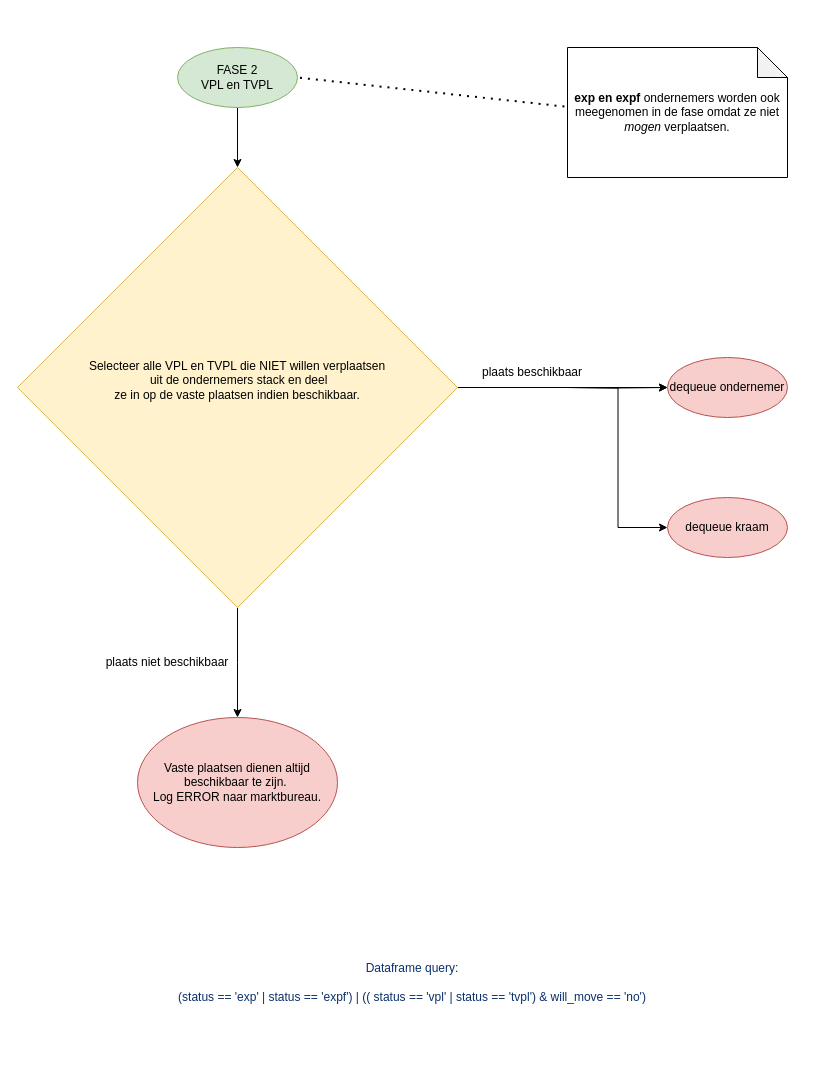
The draw.io diagram diagrams/fase-2.drawio in Amsterdam/makkelijkemarkt-allocation, before the edit. Source tidied: cells renumbered, new cells numbered last; positions are measured from the earlier drawing's top-left corner, leaving out a move shared by most shapes. Both pictures are drawn from the tidied source at 100%, with x=0, y=0 at pixel (17, 47).
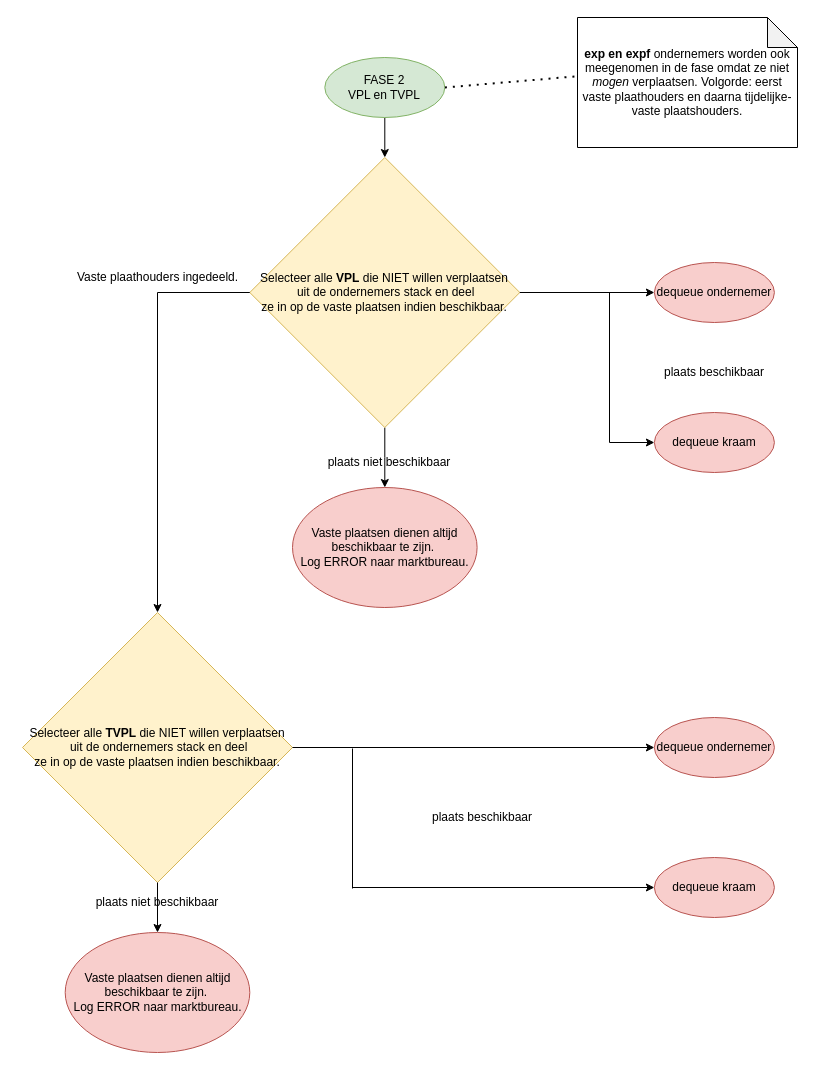
After the change.

Commit message (it also covers changes not shown here):
computational reuse

The edit, as a diff of the source:
```diff
@@
     <mxCell id="3" value="FASE 2&lt;br&gt;VPL en TVPL" style="ellipse;whiteSpace=wrap;html=1;fillColor=#d5e8d4;strokeColor=#82b366;" parent="1" vertex="1">
-      <mxGeometry x="160" width="120" height="60" as="geometry" />
+      <mxGeometry x="307.3" y="10" width="120" height="60" as="geometry" />
     </mxCell>
     <mxCell id="4" style="edgeStyle=orthogonalEdgeStyle;rounded=0;jettySize=auto;html=1;" parent="1" edge="1" source="6">
       <mxGeometry relative="1" as="geometry">
-        <mxPoint x="220" y="670" as="targetPoint" />
+        <mxPoint x="367.3" y="440" as="targetPoint" />
       </mxGeometry>
     </mxCell>
@@
-    <mxCell id="6" value="Selecteer alle VPL en TVPL die NIET willen verplaatsen&lt;br&gt;&amp;nbsp;uit de ondernemers stack en deel&lt;br&gt;ze in op de vaste plaatsen indien beschikbaar.&lt;br&gt;&lt;br&gt;" style="rhombus;whiteSpace=wrap;html=1;fillColor=#fff2cc;strokeColor=#d6b656;" parent="1" vertex="1">
-      <mxGeometry y="120" width="440" height="440" as="geometry" />
+    <mxCell id="6" value="Selecteer alle &lt;b&gt;VPL&lt;/b&gt; die NIET willen verplaatsen&lt;br&gt;&amp;nbsp;uit de ondernemers stack en deel&lt;br&gt;ze in op de vaste plaatsen indien beschikbaar." style="rhombus;whiteSpace=wrap;html=1;fillColor=#fff2cc;strokeColor=#d6b656;" parent="1" vertex="1">
+      <mxGeometry x="232.3" y="110" width="270" height="270" as="geometry" />
     </mxCell>
     <mxCell id="7" value="Vaste plaatsen dienen altijd beschikbaar te zijn.&amp;nbsp;&lt;br&gt;Log ERROR naar marktbureau." style="ellipse;whiteSpace=wrap;html=1;fillColor=#f8cecc;strokeColor=#b85450;" parent="1" vertex="1">
-      <mxGeometry x="120" y="670" width="200" height="130" as="geometry" />
+      <mxGeometry x="275" y="440" width="184.6" height="120" as="geometry" />
     </mxCell>
-    <mxCell id="8" style="edgeStyle=orthogonalEdgeStyle;rounded=0;jettySize=auto;html=1;entryX=0;entryY=0.5;entryDx=0;entryDy=0;" parent="1" edge="1" target="10">
+    <mxCell id="8" style="edgeStyle=orthogonalEdgeStyle;rounded=0;jettySize=auto;html=1;entryX=0;entryY=0.5;entryDx=0;entryDy=0;exitX=1;exitY=0.5;exitDx=0;exitDy=0;" parent="1" edge="1" source="6" target="10">
       <mxGeometry relative="1" as="geometry">
-        <mxPoint x="550" y="340" as="sourcePoint" />
+        <Array as="points">
+          <mxPoint x="592" y="245" />
+          <mxPoint x="592" y="395" />
+        </Array>
       </mxGeometry>
     </mxCell>
-    <mxCell id="9" style="edgeStyle=orthogonalEdgeStyle;rounded=0;jettySize=auto;html=1;" parent="1" edge="1" target="11">
-      <mxGeometry relative="1" as="geometry">
-        <mxPoint x="550" y="340" as="sourcePoint" />
-      </mxGeometry>
-    </mxCell>
     <mxCell id="10" value="dequeue kraam" style="ellipse;whiteSpace=wrap;html=1;fillColor=#f8cecc;strokeColor=#b85450;" parent="1" vertex="1">
-      <mxGeometry x="650" y="450" width="120" height="60" as="geometry" />
+      <mxGeometry x="636.9" y="365" width="120" height="60" as="geometry" />
     </mxCell>
     <mxCell id="11" value="dequeue ondernemer" style="ellipse;whiteSpace=wrap;html=1;fillColor=#f8cecc;strokeColor=#b85450;" parent="1" vertex="1">
-      <mxGeometry x="650" y="310" width="120" height="60" as="geometry" />
+      <mxGeometry x="636.9" y="215" width="120" height="60" as="geometry" />
     </mxCell>
-    <mxCell id="12" value="&lt;b&gt;exp en expf &lt;/b&gt;ondernemers worden ook meegenomen in de fase omdat ze niet &lt;i&gt;mogen&lt;/i&gt; verplaatsen." style="shape=note;whiteSpace=wrap;html=1;backgroundOutline=1;darkOpacity=0.05;" parent="1" vertex="1">
-      <mxGeometry x="550" width="220" height="130" as="geometry" />
+    <mxCell id="12" value="&lt;b&gt;exp en expf &lt;/b&gt;ondernemers worden ook meegenomen in de fase omdat ze niet &lt;i&gt;mogen&lt;/i&gt; verplaatsen. Volgorde: eerst vaste plaathouders en daarna tijdelijke-vaste plaatshouders." style="shape=note;whiteSpace=wrap;html=1;backgroundOutline=1;darkOpacity=0.05;" parent="1" vertex="1">
+      <mxGeometry x="560" y="-30" width="220" height="130" as="geometry" />
     </mxCell>
     <mxCell id="13" value="plaats beschikbaar" style="text;html=1;strokeColor=none;fillColor=none;align=center;verticalAlign=middle;whiteSpace=wrap;rounded=0;" parent="1" vertex="1">
-      <mxGeometry x="450" y="310" width="130" height="30" as="geometry" />
+      <mxGeometry x="631.9" y="310" width="130" height="30" as="geometry" />
     </mxCell>
     <mxCell id="14" value="plaats niet beschikbaar" style="text;html=1;strokeColor=none;fillColor=none;align=center;verticalAlign=middle;whiteSpace=wrap;rounded=0;" parent="1" vertex="1">
-      <mxGeometry x="70" y="600" width="160" height="30" as="geometry" />
+      <mxGeometry x="292.3" y="400" width="160" height="30" as="geometry" />
     </mxCell>
-    <mxCell id="15" value="&lt;span style=&quot;color: rgb(10 , 48 , 105) ; font-family: , , &amp;#34;sf mono&amp;#34; , &amp;#34;menlo&amp;#34; , &amp;#34;consolas&amp;#34; , &amp;#34;liberation mono&amp;#34; , monospace ; background-color: rgb(255 , 255 , 255)&quot;&gt;Dataframe query:&lt;br&gt;&lt;br&gt;(status == 'exp' | status == 'expf') | (( status == 'vpl' | status == 'tvpl') &amp;amp; will_move == 'no')&lt;/span&gt;" style="text;html=1;strokeColor=none;fillColor=none;align=center;verticalAlign=middle;whiteSpace=wrap;rounded=0;" parent="1" vertex="1">
-      <mxGeometry x="110" y="920" width="570" height="30" as="geometry" />
-    </mxCell>
@@
+    <mxCell id="17" value="Selecteer alle &lt;b&gt;TVPL&lt;/b&gt; die NIET willen verplaatsen&lt;br&gt;&amp;nbsp;uit de ondernemers stack en deel&lt;br&gt;ze in op de vaste plaatsen indien beschikbaar." style="rhombus;whiteSpace=wrap;html=1;fillColor=#fff2cc;strokeColor=#d6b656;" parent="1" vertex="1">
+      <mxGeometry x="5" y="565" width="270" height="270" as="geometry" />
+    </mxCell>
+    <mxCell id="18" value="Vaste plaatsen dienen altijd beschikbaar te zijn.&amp;nbsp;&lt;br&gt;Log ERROR naar marktbureau." style="ellipse;whiteSpace=wrap;html=1;fillColor=#f8cecc;strokeColor=#b85450;" parent="1" vertex="1">
+      <mxGeometry x="47.7" y="885" width="184.6" height="120" as="geometry" />
+    </mxCell>
+    <mxCell id="19" value="dequeue kraam" style="ellipse;whiteSpace=wrap;html=1;fillColor=#f8cecc;strokeColor=#b85450;" parent="1" vertex="1">
+      <mxGeometry x="636.9" y="810" width="120" height="60" as="geometry" />
+    </mxCell>
+    <mxCell id="20" value="dequeue ondernemer" style="ellipse;whiteSpace=wrap;html=1;fillColor=#f8cecc;strokeColor=#b85450;" parent="1" vertex="1">
+      <mxGeometry x="636.9" y="670" width="120" height="60" as="geometry" />
+    </mxCell>
+    <mxCell id="21" value="plaats beschikbaar" style="text;html=1;strokeColor=none;fillColor=none;align=center;verticalAlign=middle;whiteSpace=wrap;rounded=0;" parent="1" vertex="1">
+      <mxGeometry x="399.6" y="755" width="130" height="30" as="geometry" />
+    </mxCell>
+    <mxCell id="22" value="plaats niet beschikbaar" style="text;html=1;strokeColor=none;fillColor=none;align=center;verticalAlign=middle;whiteSpace=wrap;rounded=0;" parent="1" vertex="1">
+      <mxGeometry x="60" y="840" width="160" height="30" as="geometry" />
+    </mxCell>
+    <mxCell id="23" style="endArrow=classic;html=1;rounded=0;exitX=0.5;exitY=1;exitDx=0;exitDy=0;" parent="1" edge="1" source="17" target="18">
+      <mxGeometry relative="1" as="geometry" />
+    </mxCell>
+    <mxCell id="24" style="endArrow=classic;html=1;rounded=0;exitX=1;exitY=0.5;exitDx=0;exitDy=0;entryX=0;entryY=0.5;entryDx=0;entryDy=0;" parent="1" edge="1" source="17" target="20">
+      <mxGeometry relative="1" as="geometry" />
+    </mxCell>
+    <mxCell id="25" style="endArrow=classic;html=1;rounded=0;entryX=0;entryY=0.5;entryDx=0;entryDy=0;" parent="1" edge="1">
+      <mxGeometry relative="1" as="geometry">
+        <mxPoint x="335" y="840" as="sourcePoint" />
+        <mxPoint x="636.9" y="840" as="targetPoint" />
+      </mxGeometry>
+    </mxCell>
+    <mxCell id="26" style="endArrow=none;html=1;rounded=0;entryX=0;entryY=0.5;entryDx=0;entryDy=0;" parent="1" edge="1" target="6">
+      <mxGeometry relative="1" as="geometry">
+        <mxPoint x="140" y="245" as="sourcePoint" />
+      </mxGeometry>
+    </mxCell>
+    <mxCell id="27" style="endArrow=classic;html=1;rounded=0;entryX=0.5;entryY=0;entryDx=0;entryDy=0;" parent="1" edge="1">
+      <mxGeometry relative="1" as="geometry">
+        <mxPoint x="140" y="245" as="sourcePoint" />
+        <mxPoint x="140" y="565" as="targetPoint" />
+      </mxGeometry>
+    </mxCell>
+    <mxCell id="28" value="Vaste plaathouders ingedeeld." style="text;html=1;align=center;verticalAlign=middle;strokeColor=none;fillColor=none;" parent="1" vertex="1">
+      <mxGeometry x="50" y="220" width="180" height="20" as="geometry" />
+    </mxCell>
+    <mxCell id="29" style="endArrow=none;html=1;rounded=0;" parent="1" edge="1">
+      <mxGeometry relative="1" as="geometry">
+        <mxPoint x="335" y="701" as="sourcePoint" />
+        <mxPoint x="335" y="841" as="targetPoint" />
+      </mxGeometry>
+    </mxCell>
```
